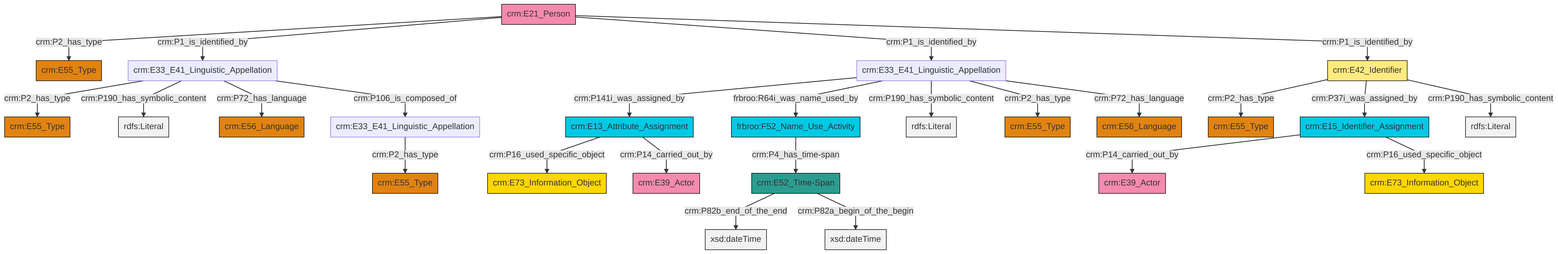
The Mermaid diagram et/personCSV/ttl/mmd/png/Person_Names_and_Classification.png in swiss-art-research-net/reference-data-models, before a commit. Its source is kept beside it as et/personCSV/ttl/mmd/Person_Names_and_Classification.ttl.mmd.
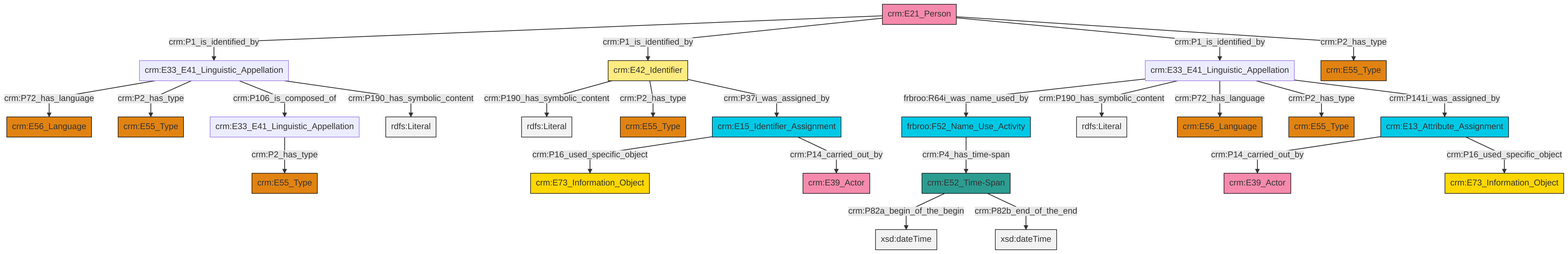
After the change.

Change to the diagram source:
```diff
@@ -13,27 +13,27 @@
 classDef PC_Classes fill:#4ce600, stroke:#000000;
 classDef Multi fill:#cccccc,stroke:#000000;
 
-0["crm:E52_Time-Span"]:::Time-Span -->|crm:P82b_end_of_the_end| 1[xsd:dateTime]:::Literal
-4["crm:E21_Person"]:::Actor -->|crm:P2_has_type| 5["crm:E55_Type"]:::Type
-6["crm:E33_E41_Linguistic_Appellation"]:::Default -->|crm:P2_has_type| 2["crm:E55_Type"]:::Type
-9["crm:E42_Identifier"]:::Appellation -->|crm:P2_has_type| 11["crm:E55_Type"]:::Type
-12["crm:E33_E41_Linguistic_Appellation"]:::Default -->|crm:P141i_was_assigned_by| 13["crm:E13_Attribute_Assignment"]:::Temporal_Entity
-12["crm:E33_E41_Linguistic_Appellation"]:::Default -->|frbroo:R64i_was_name_used_by| 14["frbroo:F52_Name_Use_Activity"]:::Temporal_Entity
-9["crm:E42_Identifier"]:::Appellation -->|crm:P37i_was_assigned_by| 15["crm:E15_Identifier_Assignment"]:::Temporal_Entity
-0["crm:E52_Time-Span"]:::Time-Span -->|crm:P82a_begin_of_the_begin| 16[xsd:dateTime]:::Literal
-24["crm:E33_E41_Linguistic_Appellation"]:::Default -->|crm:P2_has_type| 18["crm:E55_Type"]:::Type
-13["crm:E13_Attribute_Assignment"]:::Temporal_Entity -->|crm:P16_used_specific_object| 25["crm:E73_Information_Object"]:::Conceptual_Object
-12["crm:E33_E41_Linguistic_Appellation"]:::Default -->|crm:P190_has_symbolic_content| 26[rdfs:Literal]:::Literal
-4["crm:E21_Person"]:::Actor -->|crm:P1_is_identified_by| 6["crm:E33_E41_Linguistic_Appellation"]:::Default
-13["crm:E13_Attribute_Assignment"]:::Temporal_Entity -->|crm:P14_carried_out_by| 27["crm:E39_Actor"]:::Actor
-12["crm:E33_E41_Linguistic_Appellation"]:::Default -->|crm:P2_has_type| 20["crm:E55_Type"]:::Type
-4["crm:E21_Person"]:::Actor -->|crm:P1_is_identified_by| 12["crm:E33_E41_Linguistic_Appellation"]:::Default
-6["crm:E33_E41_Linguistic_Appellation"]:::Default -->|crm:P190_has_symbolic_content| 29[rdfs:Literal]:::Literal
-9["crm:E42_Identifier"]:::Appellation -->|crm:P190_has_symbolic_content| 37[rdfs:Literal]:::Literal
-15["crm:E15_Identifier_Assignment"]:::Temporal_Entity -->|crm:P14_carried_out_by| 38["crm:E39_Actor"]:::Actor
-14["frbroo:F52_Name_Use_Activity"]:::Temporal_Entity -->|crm:P4_has_time-span| 0["crm:E52_Time-Span"]:::Time-Span
-4["crm:E21_Person"]:::Actor -->|crm:P1_is_identified_by| 9["crm:E42_Identifier"]:::Appellation
-6["crm:E33_E41_Linguistic_Appellation"]:::Default -->|crm:P72_has_language| 30["crm:E56_Language"]:::Type
-12["crm:E33_E41_Linguistic_Appellation"]:::Default -->|crm:P72_has_language| 34["crm:E56_Language"]:::Type
-6["crm:E33_E41_Linguistic_Appellation"]:::Default -->|crm:P106_is_composed_of| 24["crm:E33_E41_Linguistic_Appellation"]:::Default
-15["crm:E15_Identifier_Assignment"]:::Temporal_Entity -->|crm:P16_used_specific_object| 43["crm:E73_Information_Object"]:::Conceptual_Object
+2["crm:E15_Identifier_Assignment"]:::Temporal_Entity -->|crm:P16_used_specific_object| 3["crm:E73_Information_Object"]:::Conceptual_Object
+8["crm:E13_Attribute_Assignment"]:::Temporal_Entity -->|crm:P14_carried_out_by| 9["crm:E39_Actor"]:::Actor
+0["crm:E33_E41_Linguistic_Appellation"]:::Default -->|frbroo:R64i_was_name_used_by| 10["frbroo:F52_Name_Use_Activity"]:::Temporal_Entity
+11["crm:E21_Person"]:::Actor -->|crm:P1_is_identified_by| 12["crm:E33_E41_Linguistic_Appellation"]:::Default
+12["crm:E33_E41_Linguistic_Appellation"]:::Default -->|crm:P72_has_language| 15["crm:E56_Language"]:::Type
+6["crm:E33_E41_Linguistic_Appellation"]:::Default -->|crm:P2_has_type| 4["crm:E55_Type"]:::Type
+11["crm:E21_Person"]:::Actor -->|crm:P1_is_identified_by| 16["crm:E42_Identifier"]:::Appellation
+17["crm:E52_Time-Span"]:::Time-Span -->|crm:P82a_begin_of_the_begin| 19[xsd:dateTime]:::Literal
+0["crm:E33_E41_Linguistic_Appellation"]:::Default -->|crm:P190_has_symbolic_content| 20[rdfs:Literal]:::Literal
+12["crm:E33_E41_Linguistic_Appellation"]:::Default -->|crm:P2_has_type| 26["crm:E55_Type"]:::Type
+11["crm:E21_Person"]:::Actor -->|crm:P1_is_identified_by| 0["crm:E33_E41_Linguistic_Appellation"]:::Default
+8["crm:E13_Attribute_Assignment"]:::Temporal_Entity -->|crm:P16_used_specific_object| 28["crm:E73_Information_Object"]:::Conceptual_Object
+0["crm:E33_E41_Linguistic_Appellation"]:::Default -->|crm:P72_has_language| 21["crm:E56_Language"]:::Type
+16["crm:E42_Identifier"]:::Appellation -->|crm:P190_has_symbolic_content| 34[rdfs:Literal]:::Literal
+10["frbroo:F52_Name_Use_Activity"]:::Temporal_Entity -->|crm:P4_has_time-span| 17["crm:E52_Time-Span"]:::Time-Span
+12["crm:E33_E41_Linguistic_Appellation"]:::Default -->|crm:P106_is_composed_of| 6["crm:E33_E41_Linguistic_Appellation"]:::Default
+17["crm:E52_Time-Span"]:::Time-Span -->|crm:P82b_end_of_the_end| 36[xsd:dateTime]:::Literal
+0["crm:E33_E41_Linguistic_Appellation"]:::Default -->|crm:P2_has_type| 38["crm:E55_Type"]:::Type
+2["crm:E15_Identifier_Assignment"]:::Temporal_Entity -->|crm:P14_carried_out_by| 13["crm:E39_Actor"]:::Actor
+16["crm:E42_Identifier"]:::Appellation -->|crm:P2_has_type| 39["crm:E55_Type"]:::Type
+12["crm:E33_E41_Linguistic_Appellation"]:::Default -->|crm:P190_has_symbolic_content| 40[rdfs:Literal]:::Literal
+11["crm:E21_Person"]:::Actor -->|crm:P2_has_type| 42["crm:E55_Type"]:::Type
+0["crm:E33_E41_Linguistic_Appellation"]:::Default -->|crm:P141i_was_assigned_by| 8["crm:E13_Attribute_Assignment"]:::Temporal_Entity
+16["crm:E42_Identifier"]:::Appellation -->|crm:P37i_was_assigned_by| 2["crm:E15_Identifier_Assignment"]:::Temporal_Entity
```
